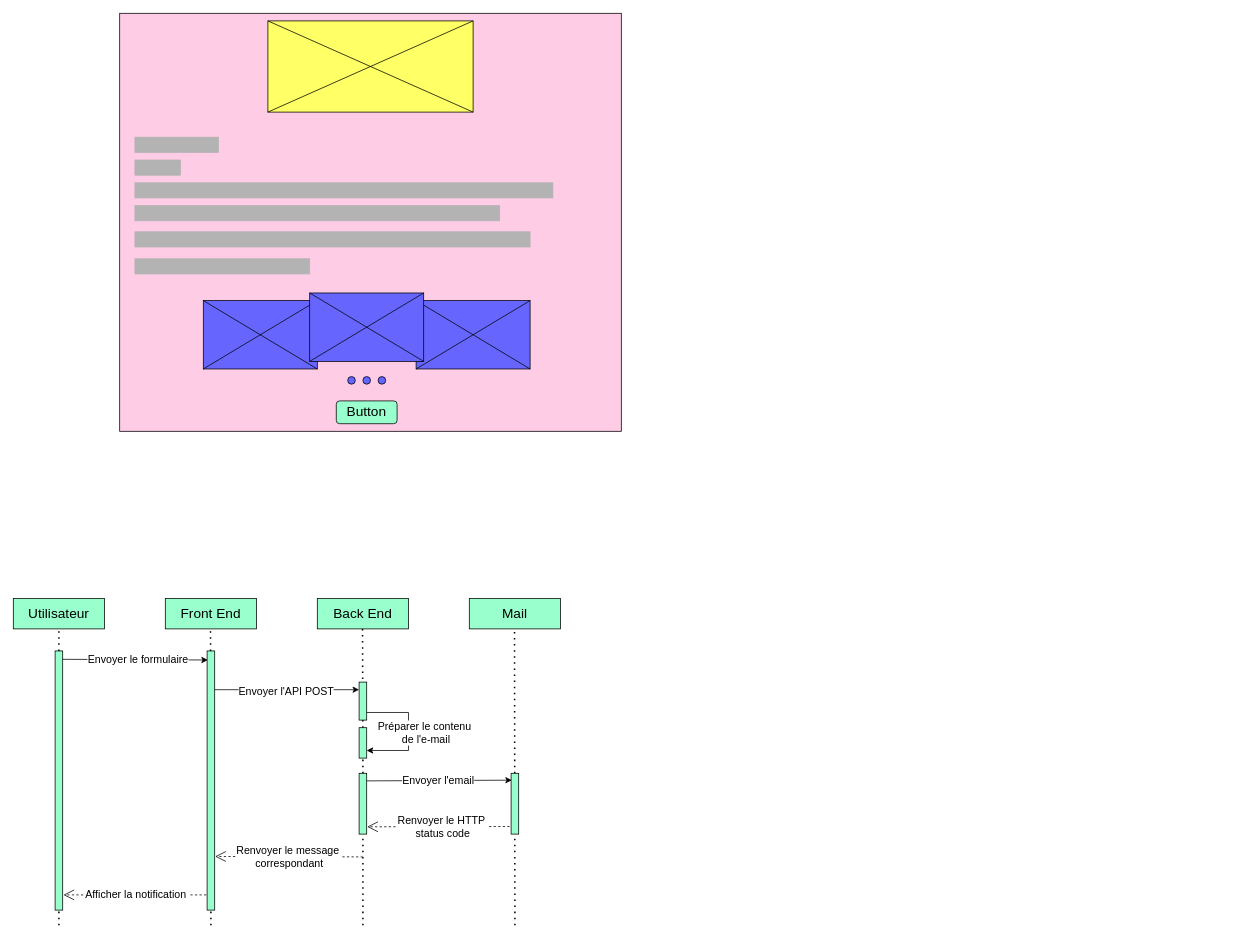
The draw.io diagram portfolio.drawio in zung31/zung31, before the edit. Source tidied: cells renumbered, new cells numbered last; positions are measured from the earlier drawing's top-left corner, leaving out a move shared by most shapes. Both pictures are drawn from the tidied source at 76%, with x=0, y=0 at pixel (13, 13).
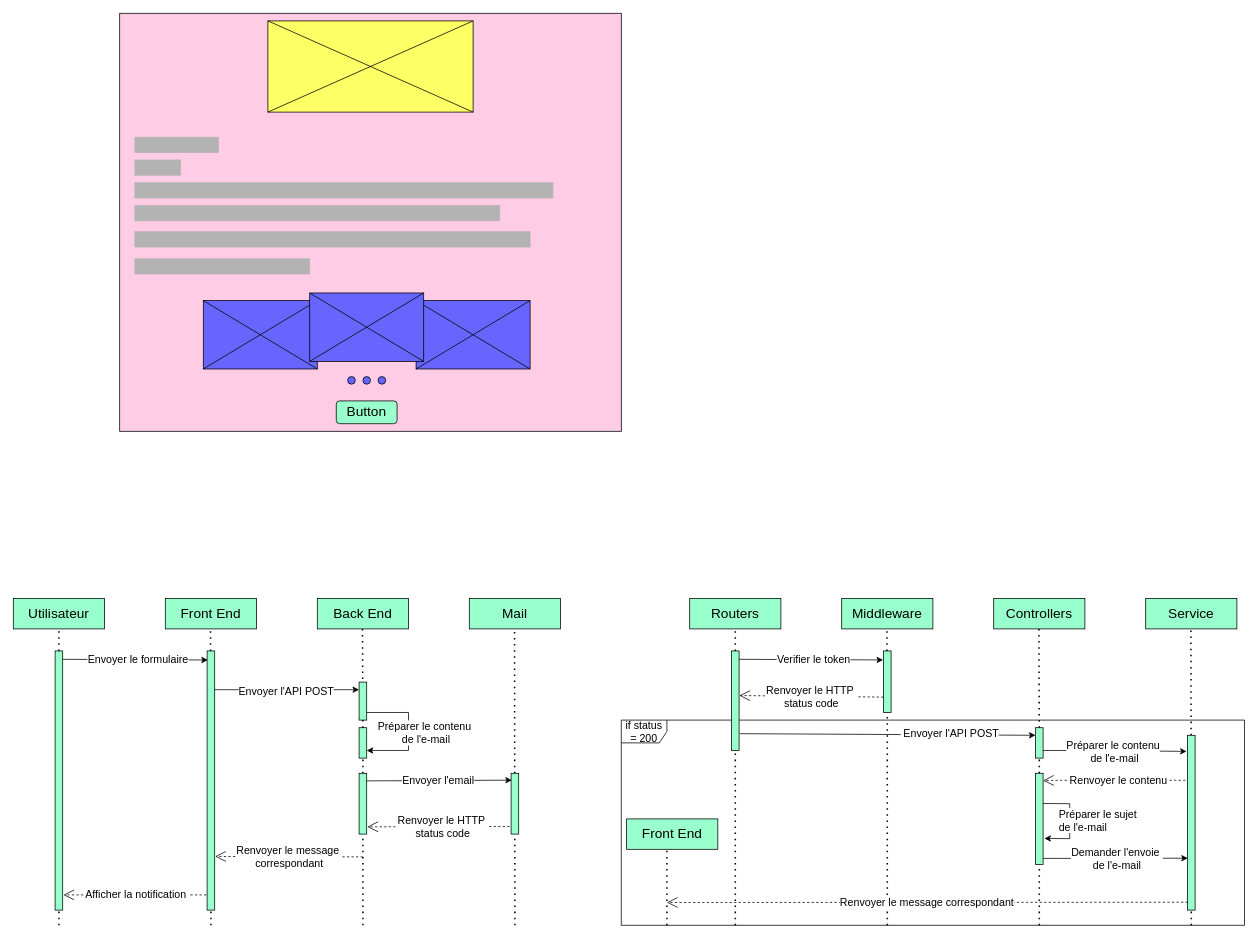
The same diagram, later.

Change to the diagram source:
```diff
@@
+    <mxCell id="55" value="&lt;font style=&quot;font-size: 14px;&quot;&gt;Renvoyer le contenu&lt;/font&gt;" style="endArrow=open;endSize=12;dashed=1;html=1;rounded=0;entryX=1.073;entryY=0.88;entryDx=0;entryDy=0;entryPerimeter=0;" parent="1" edge="1">
+      <mxGeometry relative="1" as="geometry">
+        <mxPoint x="1554.3" y="1009.2" as="sourcePoint" />
+        <mxPoint x="1355" y="1009.6" as="targetPoint" />
+        <Array as="points">
+          <mxPoint x="1379.3" y="1009.2" />
+        </Array>
+      </mxGeometry>
+    </mxCell>
+    <mxCell id="56" value="&lt;font style=&quot;font-size: 14px;&quot;&gt;if status = 200&lt;/font&gt;" style="shape=umlFrame;whiteSpace=wrap;html=1;" parent="1" vertex="1">
+      <mxGeometry x="800" y="930" width="820" height="270" as="geometry" />
+    </mxCell>
@@
+    <mxCell id="57" value="&lt;font style=&quot;font-size: 18px;&quot;&gt;Routers&lt;/font&gt;" style="rounded=0;whiteSpace=wrap;html=1;fillColor=#99FFCC;" parent="1" vertex="1">
+      <mxGeometry x="890" y="770" width="120" height="40" as="geometry" />
+    </mxCell>
+    <mxCell id="58" value="&lt;font style=&quot;font-size: 18px;&quot;&gt;Middleware&lt;/font&gt;" style="rounded=0;whiteSpace=wrap;html=1;fillColor=#99FFCC;" parent="1" vertex="1">
+      <mxGeometry x="1090" y="770" width="120" height="40" as="geometry" />
+    </mxCell>
+    <mxCell id="59" value="&lt;font style=&quot;font-size: 18px;&quot;&gt;Controllers&lt;/font&gt;" style="rounded=0;whiteSpace=wrap;html=1;fillColor=#99FFCC;" parent="1" vertex="1">
+      <mxGeometry x="1290" y="770" width="120" height="40" as="geometry" />
+    </mxCell>
+    <mxCell id="60" value="&lt;font style=&quot;font-size: 18px;&quot;&gt;Service&lt;/font&gt;" style="rounded=0;whiteSpace=wrap;html=1;fillColor=#99FFCC;" parent="1" vertex="1">
+      <mxGeometry x="1490" y="770" width="120" height="40" as="geometry" />
+    </mxCell>
+    <mxCell id="61" style="endArrow=none;dashed=1;html=1;dashPattern=1 3;strokeWidth=2;rounded=0;" parent="1" edge="1" source="72">
+      <mxGeometry relative="1" as="geometry">
+        <mxPoint x="950" y="810" as="targetPoint" />
+      </mxGeometry>
+    </mxCell>
+    <mxCell id="62" style="endArrow=none;dashed=1;html=1;dashPattern=1 3;strokeWidth=2;rounded=0;" parent="1" edge="1" source="74">
+      <mxGeometry relative="1" as="geometry">
+        <mxPoint x="1149.5" y="810" as="targetPoint" />
+      </mxGeometry>
+    </mxCell>
+    <mxCell id="63" style="endArrow=none;dashed=1;html=1;dashPattern=1 3;strokeWidth=2;rounded=0;" parent="1" edge="1" source="76">
+      <mxGeometry relative="1" as="geometry">
+        <mxPoint x="1349.5" y="810" as="targetPoint" />
+      </mxGeometry>
+    </mxCell>
+    <mxCell id="64" style="endArrow=none;dashed=1;html=1;dashPattern=1 3;strokeWidth=2;rounded=0;" parent="1" edge="1" source="83">
+      <mxGeometry relative="1" as="geometry">
+        <mxPoint x="1549.5" y="810" as="targetPoint" />
+      </mxGeometry>
+    </mxCell>
+    <mxCell id="65" style="endArrow=classic;html=1;rounded=0;entryX=-0.054;entryY=0.146;entryDx=0;entryDy=0;entryPerimeter=0;" parent="1" edge="1" target="74">
+      <mxGeometry relative="1" as="geometry">
+        <mxPoint x="950" y="850" as="sourcePoint" />
+      </mxGeometry>
+    </mxCell>
+    <mxCell id="66" value="&lt;font style=&quot;font-size: 14px;&quot;&gt;Verifier le token&lt;/font&gt;" style="edgeLabel;html=1;align=center;verticalAlign=middle;" parent="65" vertex="1">
+      <mxGeometry x="0.06" relative="1" as="geometry" />
+    </mxCell>
+    <mxCell id="67" style="endArrow=classic;html=1;rounded=0;entryX=-0.116;entryY=0.092;entryDx=0;entryDy=0;entryPerimeter=0;" parent="1" edge="1" target="83">
+      <mxGeometry relative="1" as="geometry">
+        <mxPoint x="1350" y="970" as="sourcePoint" />
+        <Array as="points">
+          <mxPoint x="1410" y="970" />
+        </Array>
+      </mxGeometry>
+    </mxCell>
+    <mxCell id="68" value="&lt;font style=&quot;font-size: 14px;&quot;&gt;Préparer le contenu&lt;/font&gt;&lt;div&gt;&lt;font style=&quot;font-size: 14px;&quot;&gt;&amp;nbsp;de l'e-mail&lt;/font&gt;&lt;/div&gt;" style="edgeLabel;html=1;align=center;verticalAlign=middle;" parent="67" vertex="1">
+      <mxGeometry x="0.04" y="-1" relative="1" as="geometry">
+        <mxPoint x="-4" as="offset" />
+      </mxGeometry>
+    </mxCell>
+    <mxCell id="69" style="endArrow=classic;html=1;rounded=0;entryX=0.042;entryY=0.703;entryDx=0;entryDy=0;entryPerimeter=0;" parent="1" edge="1" target="83">
+      <mxGeometry relative="1" as="geometry">
+        <mxPoint x="1355" y="1112" as="sourcePoint" />
+      </mxGeometry>
+    </mxCell>
+    <mxCell id="70" value="&lt;font style=&quot;font-size: 14px;&quot;&gt;Demander l'envoie&amp;nbsp;&lt;/font&gt;&lt;div&gt;&lt;font style=&quot;font-size: 14px;&quot;&gt;de l'e-mail&lt;/font&gt;&lt;/div&gt;" style="edgeLabel;html=1;align=center;verticalAlign=middle;" parent="69" vertex="1">
+      <mxGeometry x="-0.13" y="-4" relative="1" as="geometry">
+        <mxPoint x="13" y="-4" as="offset" />
+      </mxGeometry>
+    </mxCell>
+    <mxCell id="71" style="endArrow=none;dashed=1;html=1;dashPattern=1 3;strokeWidth=2;rounded=0;" parent="1" edge="1" target="72">
+      <mxGeometry relative="1" as="geometry">
+        <mxPoint x="950" y="1200" as="sourcePoint" />
+      </mxGeometry>
+    </mxCell>
+    <mxCell id="72" style="rounded=0;whiteSpace=wrap;html=1;fillColor=#99FFCC;" parent="1" vertex="1">
+      <mxGeometry x="945" y="839" width="10" height="131" as="geometry" />
+    </mxCell>
+    <mxCell id="73" style="endArrow=none;dashed=1;html=1;dashPattern=1 3;strokeWidth=2;rounded=0;" parent="1" edge="1" target="74">
+      <mxGeometry relative="1" as="geometry">
+        <mxPoint x="1150" y="1200" as="sourcePoint" />
+      </mxGeometry>
+    </mxCell>
+    <mxCell id="74" style="rounded=0;whiteSpace=wrap;html=1;fillColor=#99FFCC;" parent="1" vertex="1">
+      <mxGeometry x="1145" y="839" width="10" height="81" as="geometry" />
+    </mxCell>
+    <mxCell id="75" style="endArrow=none;dashed=1;html=1;dashPattern=1 3;strokeWidth=2;rounded=0;" parent="1" edge="1" source="78" target="76">
+      <mxGeometry relative="1" as="geometry" />
+    </mxCell>
+    <mxCell id="76" style="rounded=0;whiteSpace=wrap;html=1;fillColor=#99FFCC;" parent="1" vertex="1">
+      <mxGeometry x="1345" y="940" width="10" height="40" as="geometry" />
+    </mxCell>
+    <mxCell id="77" style="endArrow=none;dashed=1;html=1;dashPattern=1 3;strokeWidth=2;rounded=0;" parent="1" edge="1" target="78">
+      <mxGeometry relative="1" as="geometry">
+        <mxPoint x="1350" y="1200" as="sourcePoint" />
+      </mxGeometry>
+    </mxCell>
+    <mxCell id="78" style="rounded=0;whiteSpace=wrap;html=1;fillColor=#99FFCC;" parent="1" vertex="1">
+      <mxGeometry x="1345" y="1000" width="10" height="120" as="geometry" />
+    </mxCell>
+    <mxCell id="79" value="&lt;font style=&quot;font-size: 14px;&quot;&gt;Renvoyer le HTTP&amp;nbsp;&lt;/font&gt;&lt;div&gt;&lt;font style=&quot;font-size: 14px;&quot;&gt;status code&lt;/font&gt;&lt;/div&gt;" style="endArrow=open;endSize=12;dashed=1;html=1;rounded=0;entryX=1.034;entryY=0.448;entryDx=0;entryDy=0;entryPerimeter=0;exitX=0;exitY=0.75;exitDx=0;exitDy=0;" parent="1" edge="1" source="74" target="72">
+      <mxGeometry relative="1" as="geometry" />
+    </mxCell>
+    <mxCell id="80" style="endArrow=classic;html=1;rounded=0;exitX=1.093;exitY=0.831;exitDx=0;exitDy=0;exitPerimeter=0;" parent="1" edge="1" source="72">
+      <mxGeometry relative="1" as="geometry">
+        <mxPoint x="1345" y="950" as="targetPoint" />
+      </mxGeometry>
+    </mxCell>
+    <mxCell id="81" value="&lt;font style=&quot;font-size: 14px;&quot;&gt;&amp;nbsp;Envoyer l'API POST&lt;/font&gt;" style="edgeLabel;html=1;align=center;verticalAlign=middle;" parent="80" vertex="1">
+      <mxGeometry x="-0.21" y="-1" relative="1" as="geometry">
+        <mxPoint x="122" y="-2" as="offset" />
+      </mxGeometry>
+    </mxCell>
+    <mxCell id="82" style="endArrow=none;dashed=1;html=1;dashPattern=1 3;strokeWidth=2;rounded=0;" parent="1" edge="1" target="83">
+      <mxGeometry relative="1" as="geometry">
+        <mxPoint x="1550" y="1200" as="sourcePoint" />
+      </mxGeometry>
+    </mxCell>
+    <mxCell id="83" style="rounded=0;whiteSpace=wrap;html=1;fillColor=#99FFCC;" parent="1" vertex="1">
+      <mxGeometry x="1545" y="950" width="10" height="230" as="geometry" />
+    </mxCell>
+    <mxCell id="84" style="endArrow=classic;html=1;rounded=0;entryX=1.167;entryY=0.714;entryDx=0;entryDy=0;entryPerimeter=0;" parent="1" edge="1" target="78">
+      <mxGeometry relative="1" as="geometry">
+        <mxPoint x="1355" y="1039.7" as="sourcePoint" />
+        <Array as="points">
+          <mxPoint x="1390" y="1040" />
+          <mxPoint x="1390" y="1070" />
+          <mxPoint x="1390" y="1086" />
+        </Array>
+      </mxGeometry>
+    </mxCell>
+    <mxCell id="85" value="&lt;font style=&quot;font-size: 14px;&quot;&gt;Préparer le sujet&lt;/font&gt;&lt;div&gt;&lt;font style=&quot;font-size: 14px;&quot;&gt;de l'e-mail&lt;/font&gt;&lt;/div&gt;" style="edgeLabel;html=1;align=left;verticalAlign=middle;" parent="84" vertex="1">
+      <mxGeometry x="0.04" y="-1" relative="1" as="geometry">
+        <mxPoint x="-15" y="-2" as="offset" />
+      </mxGeometry>
+    </mxCell>
+    <mxCell id="86" value="&lt;font style=&quot;font-size: 18px;&quot;&gt;Front End&lt;/font&gt;" style="rounded=0;whiteSpace=wrap;html=1;fillColor=#99FFCC;" parent="1" vertex="1">
+      <mxGeometry x="807" y="1060" width="120" height="40" as="geometry" />
+    </mxCell>
+    <mxCell id="87" style="endArrow=none;dashed=1;html=1;dashPattern=1 3;strokeWidth=2;rounded=0;" parent="1" edge="1">
+      <mxGeometry relative="1" as="geometry">
+        <mxPoint x="860" y="1200" as="sourcePoint" />
+        <mxPoint x="860" y="1100" as="targetPoint" />
+      </mxGeometry>
+    </mxCell>
+    <mxCell id="88" value="&lt;font style=&quot;font-size: 14px;&quot;&gt;Renvoyer le message&amp;nbsp;&lt;/font&gt;&lt;span style=&quot;font-size: 14px;&quot;&gt;correspondant&lt;/span&gt;" style="endArrow=open;endSize=12;dashed=1;html=1;rounded=0;exitX=0.042;exitY=0.955;exitDx=0;exitDy=0;exitPerimeter=0;" parent="1" edge="1" source="83">
+      <mxGeometry relative="1" as="geometry">
+        <mxPoint x="860" y="1170" as="targetPoint" />
+      </mxGeometry>
+    </mxCell>
```
